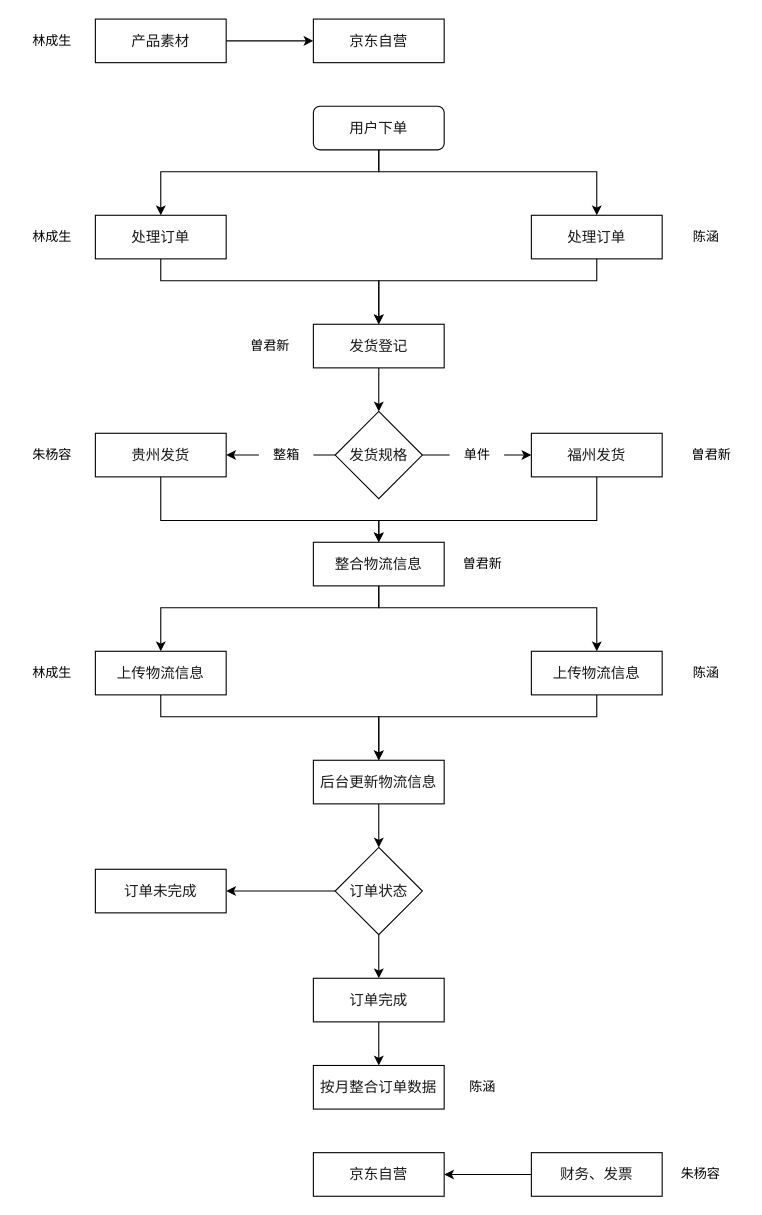
The draw.io diagram jd/京东自营订单管理流程.drawio in CMLHMY/Diagrams, before the edit. Source tidied: cells renumbered, new cells numbered last; positions are measured from the earlier drawing's top-left corner, leaving out a move shared by most shapes. Both pictures are drawn from the tidied source at 109%, with x=0, y=0 at pixel (19, 19).
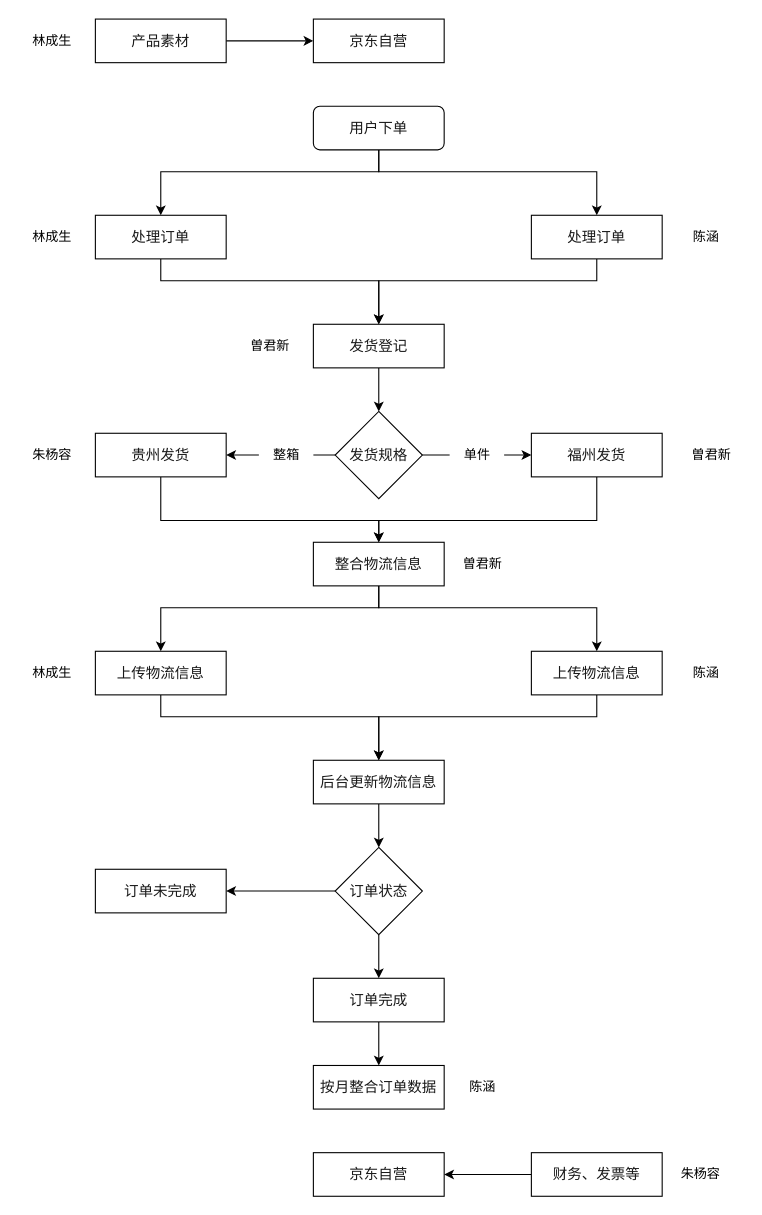
Above is the later version.

Commit message:
已添加 京东自营订单管理流程.drawio

What changed in the source:
```diff
@@
-    <mxCell id="39" value="&lt;span style=&quot;color: rgb(25, 25, 25); font-family: &amp;quot;Microsoft YaHei&amp;quot;; font-size: 13.3333px; background-color: rgb(255, 255, 255);&quot;&gt;财务、发票&lt;/span&gt;" style="rounded=0;whiteSpace=wrap;html=1;" parent="1" vertex="1">
+    <mxCell id="39" value="&lt;span style=&quot;color: rgb(25, 25, 25); font-family: &amp;quot;Microsoft YaHei&amp;quot;; font-size: 13.3333px; background-color: rgb(255, 255, 255);&quot;&gt;财务、发票等&lt;/span&gt;" style="rounded=0;whiteSpace=wrap;html=1;" parent="1" vertex="1">
       <mxGeometry x="470" y="1040" width="120" height="40" as="geometry" />
     </mxCell>
```
